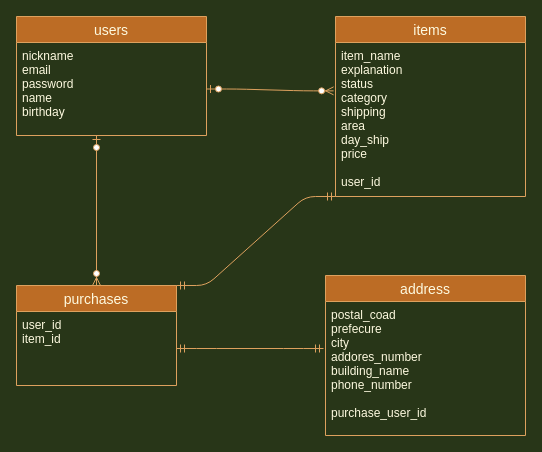
Before: furima-32076.dio in 0204ito/furima-32076, a draw.io diagram. Source tidied: cells renumbered, new cells numbered last; positions are measured from the earlier drawing's top-left corner, leaving out a move shared by most shapes. Both pictures are drawn from the tidied source at 100%, with x=0, y=0 at pixel (16, 16).
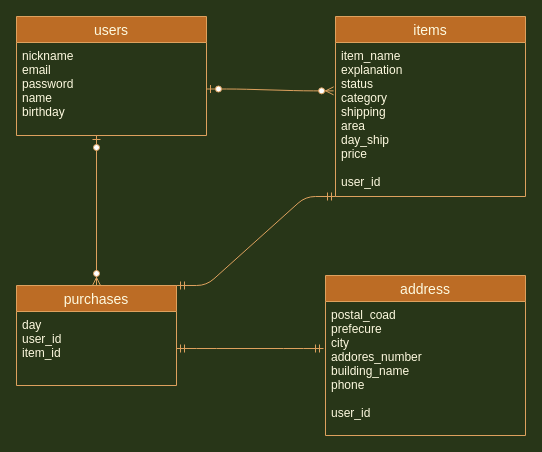
Above is the later version.

The edit, as a diff of the source:
```diff
@@
 <mxGraphModel background="#283618">
   <root>
     <mxCell id="0" />
     <mxCell id="1" parent="0" />
     <mxCell id="2" value="users" style="swimlane;fontStyle=0;horizontal=1;startSize=26;align=center;fontSize=14;fillColor=#BC6C25;strokeColor=#DDA15E;fontColor=#FEFAE0;" parent="1" vertex="1">
       <mxGeometry width="190" height="119" as="geometry" />
     </mxCell>
     <mxCell id="3" value="nickname&#10;email&#10;password&#10;name&#10;birthday" style="text;strokeColor=none;fillColor=none;spacingLeft=4;spacingRight=4;overflow=hidden;points=[[0,0.5],[1,0.5]];portConstraint=eastwest;fontSize=12;fontFamily=Helvetica;fontColor=#FEFAE0;" parent="2" vertex="1">
       <mxGeometry y="26" width="190" height="93" as="geometry" />
     </mxCell>
     <mxCell id="4" value="address" style="swimlane;fontStyle=0;horizontal=1;startSize=26;align=center;fontSize=14;fillColor=#BC6C25;strokeColor=#DDA15E;fontColor=#FEFAE0;" parent="1" vertex="1">
       <mxGeometry x="309" y="259" width="200" height="160" as="geometry" />
     </mxCell>
-    <mxCell id="5" value="postal_coad&#10;prefecure&#10;city&#10;addores_number&#10;building_name&#10;phone_number&#10;&#10;purchase_user_id" style="text;strokeColor=none;fillColor=none;spacingLeft=4;spacingRight=4;overflow=hidden;fontSize=12;fontColor=#FEFAE0;" parent="4" vertex="1">
+    <mxCell id="5" value="postal_coad&#10;prefecure&#10;city&#10;addores_number&#10;building_name&#10;phone&#10;&#10;user_id" style="text;strokeColor=none;fillColor=none;spacingLeft=4;spacingRight=4;overflow=hidden;fontSize=12;fontColor=#FEFAE0;" parent="4" vertex="1">
       <mxGeometry y="26" width="200" height="134" as="geometry" />
     </mxCell>
     <mxCell id="6" value="items" style="swimlane;fontStyle=0;horizontal=1;startSize=26;align=center;fontSize=14;fillColor=#BC6C25;strokeColor=#DDA15E;fontColor=#FEFAE0;" parent="1" vertex="1">
       <mxGeometry x="319" width="190" height="180" as="geometry" />
     </mxCell>
     <mxCell id="7" value="item_name&#10;explanation&#10;status&#10;category&#10;shipping&#10;area&#10;day_ship&#10;price&#10;&#10;user_id" style="text;strokeColor=none;fillColor=none;spacingLeft=4;spacingRight=4;overflow=hidden;points=[[0,0.5],[1,0.5]];portConstraint=eastwest;fontSize=12;fontColor=#FEFAE0;" parent="6" vertex="1">
       <mxGeometry y="26" width="190" height="154" as="geometry" />
     </mxCell>
     <mxCell id="8" style="edgeStyle=none;rounded=0;orthogonalLoop=1;jettySize=auto;html=1;exitX=0;exitY=0.5;exitDx=0;exitDy=0;startArrow=none;startFill=0;fontFamily=Helvetica;strokeColor=#DDA15E;fontColor=#FEFAE0;labelBackgroundColor=#283618;" parent="6" edge="1" source="7" target="7">
       <mxGeometry relative="1" as="geometry" />
     </mxCell>
     <mxCell id="9" value="purchases" style="swimlane;fontStyle=0;horizontal=1;startSize=26;align=center;fontSize=14;fillColor=#BC6C25;strokeColor=#DDA15E;fontColor=#FEFAE0;" parent="1" vertex="1">
       <mxGeometry y="269" width="160" height="100" as="geometry" />
     </mxCell>
-    <mxCell id="10" value="user_id&#10;item_id&#10;&#10;&#10;" style="text;strokeColor=none;fillColor=none;spacingLeft=4;spacingRight=4;overflow=hidden;points=[[0,0.5],[1,0.5]];portConstraint=eastwest;fontSize=12;fontColor=#FEFAE0;" parent="9" vertex="1">
+    <mxCell id="10" value="day&#10;user_id&#10;item_id&#10;&#10;&#10;" style="text;strokeColor=none;fillColor=none;spacingLeft=4;spacingRight=4;overflow=hidden;points=[[0,0.5],[1,0.5]];portConstraint=eastwest;fontSize=12;fontColor=#FEFAE0;" parent="9" vertex="1">
       <mxGeometry y="26" width="160" height="74" as="geometry" />
     </mxCell>
     <mxCell id="11" style="edgeStyle=entityRelationEdgeStyle;fontSize=12;html=1;endArrow=ERmandOne;startArrow=ERmandOne;strokeColor=#DDA15E;fillColor=#BC6C25;exitX=1;exitY=0;exitDx=0;exitDy=0;fontColor=#FEFAE0;labelBackgroundColor=#283618;" parent="1" edge="1" source="9">
       <mxGeometry relative="1" as="geometry">
         <mxPoint x="319" y="180" as="targetPoint" />
       </mxGeometry>
     </mxCell>
     <mxCell id="12" style="edgeStyle=entityRelationEdgeStyle;fontSize=12;html=1;endArrow=ERmandOne;startArrow=ERmandOne;strokeColor=#DDA15E;fillColor=#BC6C25;exitX=1;exitY=0.5;exitDx=0;exitDy=0;fontColor=#FEFAE0;labelBackgroundColor=#283618;" parent="1" edge="1" source="10">
       <mxGeometry relative="1" as="geometry">
         <mxPoint x="307" y="332" as="targetPoint" />
       </mxGeometry>
     </mxCell>
     <mxCell id="13" style="edgeStyle=entityRelationEdgeStyle;fontSize=12;html=1;endArrow=ERzeroToMany;startArrow=ERzeroToOne;strokeColor=#DDA15E;fillColor=#BC6C25;exitX=1;exitY=0.5;exitDx=0;exitDy=0;entryX=-0.01;entryY=0.314;entryDx=0;entryDy=0;entryPerimeter=0;fontColor=#FEFAE0;labelBackgroundColor=#283618;" parent="1" edge="1" source="3" target="7">
       <mxGeometry relative="1" as="geometry" />
     </mxCell>
     <mxCell id="14" style="fontSize=12;html=1;endArrow=ERzeroToMany;startArrow=ERzeroToOne;strokeColor=#DDA15E;fillColor=#BC6C25;entryX=0.5;entryY=0;entryDx=0;entryDy=0;fontColor=#FEFAE0;labelBackgroundColor=#283618;" parent="1" edge="1" target="9">
       <mxGeometry relative="1" as="geometry">
         <mxPoint x="80" y="119" as="sourcePoint" />
       </mxGeometry>
     </mxCell>
   </root>
 </mxGraphModel>
```
